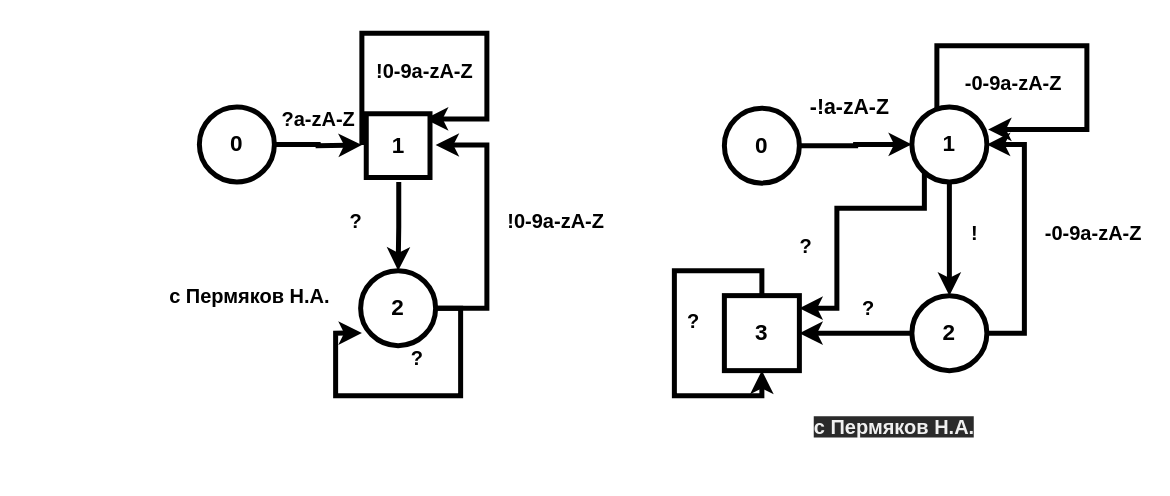
Above: Untitled Diagram.drawio in nikit34/lab_sp5 (draw.io), before the change. Source tidied: cells renumbered, new cells numbered last; positions are measured from the earlier drawing's top-left corner, leaving out a move shared by most shapes. Both pictures are drawn from the tidied source at 125%, with x=0, y=0 at pixel (161, 32).
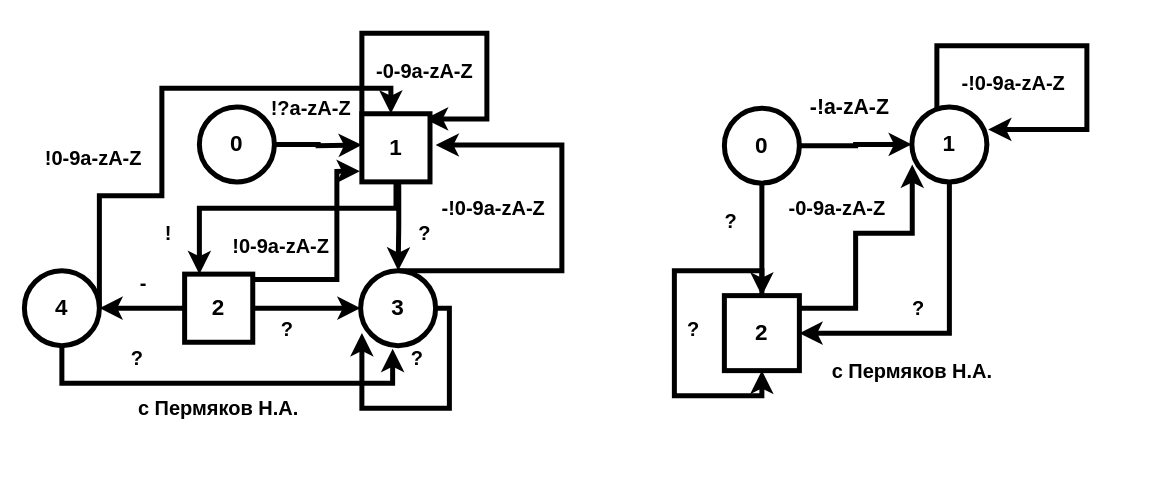
The same page after the edit.

Unchanged cells that the change refers to:
```xml
<mxCell id="7" value="&lt;font style=&quot;font-size: 18px&quot;&gt;&lt;b&gt;1&lt;/b&gt;&lt;/font&gt;" style="ellipse;whiteSpace=wrap;html=1;strokeWidth=4;" parent="1" vertex="1">
  <mxGeometry x="600" y="59" width="60" height="60" as="geometry" />
</mxCell>
<mxCell id="9" value="&lt;font style=&quot;font-size: 18px&quot;&gt;&lt;b&gt;0&lt;/b&gt;&lt;/font&gt;" style="ellipse;whiteSpace=wrap;html=1;strokeWidth=4;" parent="1" vertex="1">
  <mxGeometry x="450" y="60" width="60" height="60" as="geometry" />
</mxCell>
```

What changed in the source:
```diff
@@
     <mxCell id="2" style="edgeStyle=orthogonalEdgeStyle;rounded=0;jettySize=auto;html=1;entryX=1;entryY=0.5;entryDx=0;entryDy=0;strokeWidth=4;" parent="1" edge="1" source="3">
       <mxGeometry relative="1" as="geometry">
         <mxPoint x="219" y="89.5" as="targetPoint" />
         <Array as="points">
-          <mxPoint x="260" y="220" />
-          <mxPoint x="260" y="90" />
+          <mxPoint x="320" y="190" />
+          <mxPoint x="320" y="90" />
         </Array>
       </mxGeometry>
     </mxCell>
-    <mxCell id="3" value="&lt;span style=&quot;font-size: 18px&quot;&gt;&lt;b&gt;2&lt;/b&gt;&lt;/span&gt;" style="ellipse;whiteSpace=wrap;html=1;strokeWidth=4;" parent="1" vertex="1">
+    <mxCell id="3" value="&lt;span style=&quot;font-size: 18px&quot;&gt;&lt;b&gt;3&lt;/b&gt;&lt;/span&gt;" style="ellipse;whiteSpace=wrap;html=1;strokeWidth=4;" parent="1" vertex="1">
       <mxGeometry x="159" y="190" width="60" height="60" as="geometry" />
     </mxCell>
@@
-    <mxCell id="5" style="edgeStyle=orthogonalEdgeStyle;rounded=0;jettySize=auto;html=1;entryX=0.5;entryY=0;entryDx=0;entryDy=0;strokeWidth=4;" parent="1" edge="1" source="7" target="14">
-      <mxGeometry relative="1" as="geometry" />
-    </mxCell>
-    <mxCell id="6" style="edgeStyle=orthogonalEdgeStyle;rounded=0;jettySize=auto;html=1;strokeWidth=4;" parent="1" edge="1" source="7">
-      <mxGeometry relative="1" as="geometry">
-        <mxPoint x="510" y="220" as="targetPoint" />
-        <Array as="points">
-          <mxPoint x="610" y="140" />
-          <mxPoint x="540" y="140" />
-          <mxPoint x="540" y="220" />
-        </Array>
-      </mxGeometry>
-    </mxCell>
+    <mxCell id="35" style="edgeStyle=orthogonalEdgeStyle;rounded=0;jettySize=auto;html=1;entryX=1;entryY=0.5;entryDx=0;entryDy=0;strokeWidth=4;" parent="1" edge="1" source="7" target="34">
+      <mxGeometry relative="1" as="geometry">
+        <Array as="points">
+          <mxPoint x="630" y="240" />
+        </Array>
+      </mxGeometry>
+    </mxCell>
@@
+    <mxCell id="36" style="edgeStyle=orthogonalEdgeStyle;rounded=0;jettySize=auto;html=1;entryX=0.5;entryY=0;entryDx=0;entryDy=0;strokeWidth=4;" parent="1" edge="1" source="9" target="34">
+      <mxGeometry relative="1" as="geometry" />
+    </mxCell>
@@
-    <mxCell id="12" style="edgeStyle=orthogonalEdgeStyle;rounded=0;jettySize=auto;html=1;exitX=0;exitY=0.5;exitDx=0;exitDy=0;entryX=1;entryY=0.5;entryDx=0;entryDy=0;strokeWidth=4;" parent="1" edge="1" source="14">
-      <mxGeometry relative="1" as="geometry">
-        <mxPoint x="510" y="240" as="targetPoint" />
-      </mxGeometry>
-    </mxCell>
-    <mxCell id="13" style="edgeStyle=orthogonalEdgeStyle;rounded=0;jettySize=auto;html=1;entryX=1;entryY=0.5;entryDx=0;entryDy=0;strokeWidth=4;" parent="1" edge="1" source="14" target="7">
-      <mxGeometry relative="1" as="geometry">
-        <Array as="points">
-          <mxPoint x="690" y="240" />
-          <mxPoint x="690" y="89" />
-        </Array>
-      </mxGeometry>
-    </mxCell>
-    <mxCell id="14" value="&lt;font style=&quot;font-size: 18px&quot;&gt;&lt;b&gt;2&lt;/b&gt;&lt;/font&gt;" style="ellipse;whiteSpace=wrap;html=1;strokeWidth=4;" parent="1" vertex="1">
-      <mxGeometry x="600" y="210" width="60" height="60" as="geometry" />
-    </mxCell>
-    <mxCell id="15" value="&lt;b&gt;&lt;font style=&quot;font-size: 16px&quot;&gt;?a-zA-Z&lt;/font&gt;&lt;/b&gt;" style="text;html=1;align=center;verticalAlign=middle;" parent="1" vertex="1">
-      <mxGeometry x="90" y="59" width="70" height="20" as="geometry" />
+    <mxCell id="15" value="&lt;b&gt;&lt;font style=&quot;font-size: 16px&quot;&gt;!?a-zA-Z&lt;/font&gt;&lt;/b&gt;" style="text;html=1;align=center;verticalAlign=middle;" parent="1" vertex="1">
+      <mxGeometry x="79" y="50" width="80" height="20" as="geometry" />
     </mxCell>
@@
-    <mxCell id="17" value="&lt;b&gt;&lt;font style=&quot;font-size: 16px&quot;&gt;!0-9a-zA-Z&lt;/font&gt;&lt;/b&gt;" style="text;html=1;align=center;verticalAlign=middle;" parent="1" vertex="1">
+    <mxCell id="17" value="&lt;b&gt;&lt;font style=&quot;font-size: 16px&quot;&gt;-0-9a-zA-Z&lt;/font&gt;&lt;/b&gt;" style="text;html=1;align=center;verticalAlign=middle;" parent="1" vertex="1">
       <mxGeometry x="165" y="20" width="90" height="20" as="geometry" />
     </mxCell>
@@
-    <mxCell id="20" value="&lt;b&gt;&lt;font style=&quot;font-size: 16px&quot;&gt;-0-9a-zA-Z&lt;/font&gt;&lt;/b&gt;" style="text;html=1;align=center;verticalAlign=middle;" parent="1" vertex="1">
-      <mxGeometry x="636" y="30" width="90" height="20" as="geometry" />
+    <mxCell id="20" value="&lt;b&gt;&lt;font style=&quot;font-size: 16px&quot;&gt;-!0-9a-zA-Z&lt;/font&gt;&lt;/b&gt;" style="text;html=1;align=center;verticalAlign=middle;" parent="1" vertex="1">
+      <mxGeometry x="631" y="30" width="100" height="20" as="geometry" />
     </mxCell>
-    <mxCell id="21" value="&lt;b&gt;&lt;font style=&quot;font-size: 16px&quot;&gt;!&lt;br&gt;&lt;/font&gt;&lt;/b&gt;" style="text;html=1;align=center;verticalAlign=middle;" parent="1" vertex="1">
-      <mxGeometry x="640" y="150" width="20" height="20" as="geometry" />
-    </mxCell>
-    <mxCell id="22" value="&lt;font style=&quot;font-size: 16px&quot;&gt;&lt;b&gt;?&lt;/b&gt;&lt;/font&gt;" style="text;html=1;align=center;verticalAlign=middle;" parent="1" vertex="1">
-      <mxGeometry x="550" y="210" width="30" height="20" as="geometry" />
-    </mxCell>
-    <mxCell id="23" value="&lt;b&gt;&lt;font style=&quot;font-size: 16px&quot;&gt;-0-9a-zA-Z&lt;/font&gt;&lt;/b&gt;" style="text;html=1;align=center;verticalAlign=middle;" parent="1" vertex="1">
+    <mxCell id="23" style="text;html=1;align=center;verticalAlign=middle;" parent="1" vertex="1">
       <mxGeometry x="700" y="150" width="90" height="20" as="geometry" />
     </mxCell>
     <mxCell id="24" value="&lt;font style=&quot;font-size: 16px&quot;&gt;&lt;b&gt;с Пермяков Н.А.&lt;/b&gt;&lt;/font&gt;" style="text;html=1;align=center;verticalAlign=middle;" parent="1" vertex="1">
-      <mxGeometry y="200" width="140" height="20" as="geometry" />
+      <mxGeometry x="-25" y="290" width="140" height="20" as="geometry" />
     </mxCell>
-    <mxCell id="25" value="&#10;&#10;&lt;b style=&quot;color: rgb(240, 240, 240); font-family: helvetica; font-size: 16px; font-style: normal; letter-spacing: normal; text-align: center; text-indent: 0px; text-transform: none; word-spacing: 0px; background-color: rgb(42, 42, 42);&quot;&gt;с Пермяков Н.А.&lt;/b&gt;&#10;&#10;" style="text;whiteSpace=wrap;html=1;" parent="1" vertex="1">
+    <mxCell id="25" style="text;whiteSpace=wrap;html=1;" parent="1" vertex="1">
       <mxGeometry x="520" y="270" width="150" height="30" as="geometry" />
     </mxCell>
     <mxCell id="26" value="&lt;font style=&quot;font-size: 16px&quot;&gt;&lt;b&gt;?&lt;/b&gt;&lt;/font&gt;" style="text;html=1;align=center;verticalAlign=middle;" parent="1" vertex="1">
-      <mxGeometry x="140" y="140" width="30" height="20" as="geometry" />
+      <mxGeometry x="195" y="150" width="30" height="20" as="geometry" />
     </mxCell>
+    <mxCell id="37" style="edgeStyle=orthogonalEdgeStyle;rounded=0;jettySize=auto;html=1;strokeWidth=4;" parent="1" edge="1" source="27" target="14">
+      <mxGeometry relative="1" as="geometry">
+        <Array as="points">
+          <mxPoint x="187" y="140" />
+          <mxPoint x="30" y="140" />
+        </Array>
+      </mxGeometry>
+    </mxCell>
     <mxCell id="27" value="&lt;font style=&quot;font-size: 18px&quot;&gt;&lt;b&gt;1&lt;/b&gt;&lt;/font&gt;" style="whiteSpace=wrap;html=1;strokeWidth=4;" parent="1" vertex="1">
-      <mxGeometry x="163.5" y="64.5" width="51" height="51" as="geometry" />
+      <mxGeometry x="160" y="64.5" width="54.5" height="54.5" as="geometry" />
     </mxCell>
-    <mxCell id="28" value="&lt;b&gt;&lt;font style=&quot;font-size: 16px&quot;&gt;!0-9a-zA-Z&lt;/font&gt;&lt;/b&gt;" style="text;html=1;align=center;verticalAlign=middle;" parent="1" vertex="1">
-      <mxGeometry x="270" y="140" width="90" height="20" as="geometry" />
+    <mxCell id="28" value="&lt;b&gt;&lt;font style=&quot;font-size: 16px&quot;&gt;-!0-9a-zA-Z&lt;/font&gt;&lt;/b&gt;" style="text;html=1;align=center;verticalAlign=middle;" parent="1" vertex="1">
+      <mxGeometry x="214.5" y="130" width="100" height="20" as="geometry" />
     </mxCell>
@@
     <mxCell id="30" style="edgeStyle=orthogonalEdgeStyle;rounded=0;orthogonalLoop=1;jettySize=auto;html=1;entryX=0.017;entryY=0.833;entryDx=0;entryDy=0;entryPerimeter=0;strokeWidth=4;" parent="1" edge="1" source="3" target="3">
       <mxGeometry relative="1" as="geometry">
         <Array as="points">
-          <mxPoint x="239" y="220" />
-          <mxPoint x="239" y="290" />
-          <mxPoint x="139" y="290" />
-          <mxPoint x="139" y="240" />
+          <mxPoint x="230" y="220" />
+          <mxPoint x="230" y="300" />
+          <mxPoint x="160" y="300" />
         </Array>
       </mxGeometry>
     </mxCell>
@@
-    <mxCell id="32" value="&lt;font style=&quot;font-size: 16px&quot;&gt;&lt;b&gt;?&lt;/b&gt;&lt;/font&gt;" style="text;html=1;align=center;verticalAlign=middle;" parent="1" vertex="1">
-      <mxGeometry x="500" y="160" width="30" height="20" as="geometry" />
-    </mxCell>
-    <mxCell id="33" value="&lt;font style=&quot;font-size: 16px&quot;&gt;&lt;b&gt;?&lt;/b&gt;&lt;/font&gt;" style="text;html=1;align=center;verticalAlign=middle;" parent="1" vertex="1">
-      <mxGeometry x="410" y="220" width="30" height="20" as="geometry" />
-    </mxCell>
+    <mxCell id="38" style="edgeStyle=orthogonalEdgeStyle;rounded=0;jettySize=auto;html=1;entryX=0.005;entryY=0.768;entryDx=0;entryDy=0;entryPerimeter=0;strokeWidth=4;" parent="1" edge="1" source="34" target="7">
+      <mxGeometry relative="1" as="geometry">
+        <Array as="points">
+          <mxPoint x="555" y="220" />
+          <mxPoint x="555" y="160" />
+          <mxPoint x="600" y="160" />
+        </Array>
+      </mxGeometry>
+    </mxCell>
-    <mxCell id="34" value="&lt;font style=&quot;font-size: 18px&quot;&gt;&lt;b&gt;3&lt;/b&gt;&lt;/font&gt;" style="whiteSpace=wrap;html=1;strokeWidth=4;" parent="1" vertex="1">
+    <mxCell id="34" value="&lt;font style=&quot;font-size: 18px&quot;&gt;&lt;b&gt;2&lt;br&gt;&lt;/b&gt;&lt;/font&gt;" style="whiteSpace=wrap;html=1;strokeWidth=4;" parent="1" vertex="1">
       <mxGeometry x="450" y="210" width="60" height="60" as="geometry" />
     </mxCell>
+    <mxCell id="21" value="&lt;font style=&quot;font-size: 16px&quot;&gt;&lt;b&gt;!&lt;/b&gt;&lt;/font&gt;" style="text;html=1;align=center;verticalAlign=middle;" parent="1" vertex="1">
+      <mxGeometry x="-5" y="150" width="20" height="20" as="geometry" />
+    </mxCell>
+    <mxCell id="39" style="edgeStyle=orthogonalEdgeStyle;rounded=0;jettySize=auto;html=1;strokeWidth=4;entryX=-0.029;entryY=0.845;entryDx=0;entryDy=0;entryPerimeter=0;" parent="1" edge="1" source="14" target="27">
+      <mxGeometry relative="1" as="geometry">
+        <Array as="points">
+          <mxPoint x="140" y="197" />
+          <mxPoint x="140" y="111" />
+        </Array>
+      </mxGeometry>
+    </mxCell>
+    <mxCell id="40" style="edgeStyle=orthogonalEdgeStyle;rounded=0;jettySize=auto;html=1;entryX=0;entryY=0.5;entryDx=0;entryDy=0;strokeWidth=4;" parent="1" edge="1" source="14" target="3">
+      <mxGeometry relative="1" as="geometry" />
+    </mxCell>
+    <mxCell id="41" style="edgeStyle=orthogonalEdgeStyle;rounded=0;jettySize=auto;html=1;strokeWidth=4;" parent="1" edge="1" source="14">
+      <mxGeometry relative="1" as="geometry">
+        <mxPoint x="-50" y="220" as="targetPoint" />
+      </mxGeometry>
+    </mxCell>
+    <mxCell id="14" value="&lt;font style=&quot;font-size: 18px&quot;&gt;&lt;b&gt;2&lt;/b&gt;&lt;/font&gt;" style="whiteSpace=wrap;html=1;strokeWidth=4;" parent="1" vertex="1">
+      <mxGeometry x="18.2" y="192.8" width="54.5" height="54.5" as="geometry" />
+    </mxCell>
+    <mxCell id="42" value="&lt;b&gt;&lt;font style=&quot;font-size: 16px&quot;&gt;!0-9a-zA-Z&lt;/font&gt;&lt;/b&gt;" style="text;html=1;align=center;verticalAlign=middle;" parent="1" vertex="1">
+      <mxGeometry x="50" y="160" width="90" height="20" as="geometry" />
+    </mxCell>
+    <mxCell id="43" value="&lt;span style=&quot;font-size: 16px&quot;&gt;&lt;b&gt;?&lt;/b&gt;&lt;/span&gt;" style="text;html=1;align=center;verticalAlign=middle;" parent="1" vertex="1">
+      <mxGeometry x="85" y="227.2" width="30" height="20" as="geometry" />
+    </mxCell>
+    <mxCell id="44" style="edgeStyle=orthogonalEdgeStyle;rounded=0;jettySize=auto;html=1;entryX=0.427;entryY=1.043;entryDx=0;entryDy=0;entryPerimeter=0;strokeWidth=4;" parent="1" edge="1" source="46" target="3">
+      <mxGeometry relative="1" as="geometry">
+        <Array as="points">
+          <mxPoint x="-80" y="280" />
+          <mxPoint x="185" y="280" />
+        </Array>
+      </mxGeometry>
+    </mxCell>
+    <mxCell id="45" style="edgeStyle=orthogonalEdgeStyle;rounded=0;jettySize=auto;html=1;entryX=0.426;entryY=-0.002;entryDx=0;entryDy=0;entryPerimeter=0;strokeWidth=4;" parent="1" edge="1" source="46" target="27">
+      <mxGeometry relative="1" as="geometry">
+        <Array as="points">
+          <mxPoint x="-50" y="130" />
+          <mxPoint y="130" />
+          <mxPoint y="44" />
+          <mxPoint x="183" y="44" />
+        </Array>
+      </mxGeometry>
+    </mxCell>
+    <mxCell id="46" value="&lt;font style=&quot;font-size: 18px&quot;&gt;&lt;b&gt;4&lt;/b&gt;&lt;/font&gt;" style="ellipse;whiteSpace=wrap;html=1;strokeWidth=4;" parent="1" vertex="1">
+      <mxGeometry x="-110" y="190" width="60" height="60" as="geometry" />
+    </mxCell>
+    <mxCell id="47" value="&lt;b&gt;&lt;font style=&quot;font-size: 16px&quot;&gt;?&lt;/font&gt;&lt;/b&gt;" style="text;html=1;align=center;verticalAlign=middle;" parent="1" vertex="1">
+      <mxGeometry x="-35" y="250" width="30" height="20" as="geometry" />
+    </mxCell>
+    <mxCell id="48" value="&lt;font style=&quot;font-size: 16px&quot;&gt;&lt;b&gt;-&lt;br&gt;&lt;/b&gt;&lt;/font&gt;" style="text;html=1;align=center;verticalAlign=middle;" parent="1" vertex="1">
+      <mxGeometry x="-25" y="190" width="20" height="20" as="geometry" />
+    </mxCell>
+    <mxCell id="49" value="&lt;b&gt;&lt;font style=&quot;font-size: 16px&quot;&gt;!0-9a-zA-Z&lt;/font&gt;&lt;/b&gt;" style="text;html=1;align=center;verticalAlign=middle;" parent="1" vertex="1">
+      <mxGeometry x="-100" y="90" width="90" height="20" as="geometry" />
+    </mxCell>
+    <mxCell id="50" value="&lt;font style=&quot;font-size: 16px&quot;&gt;&lt;b&gt;с Пермяков Н.А.&lt;/b&gt;&lt;/font&gt;" style="text;html=1;align=center;verticalAlign=middle;" parent="1" vertex="1">
+      <mxGeometry x="530" y="260" width="140" height="20" as="geometry" />
+    </mxCell>
+    <mxCell id="51" value="&lt;font style=&quot;font-size: 16px&quot;&gt;&lt;b&gt;?&lt;/b&gt;&lt;/font&gt;" style="text;html=1;align=center;verticalAlign=middle;" parent="1" vertex="1">
+      <mxGeometry x="440" y="140" width="30" height="20" as="geometry" />
+    </mxCell>
+    <mxCell id="52" value="&lt;font style=&quot;font-size: 16px&quot;&gt;&lt;b&gt;?&lt;/b&gt;&lt;/font&gt;" style="text;html=1;align=center;verticalAlign=middle;" parent="1" vertex="1">
+      <mxGeometry x="410" y="227.2" width="30" height="20" as="geometry" />
+    </mxCell>
+    <mxCell id="53" value="&lt;font style=&quot;font-size: 16px&quot;&gt;&lt;b&gt;?&lt;/b&gt;&lt;/font&gt;" style="text;html=1;align=center;verticalAlign=middle;" parent="1" vertex="1">
+      <mxGeometry x="590" y="210" width="30" height="20" as="geometry" />
+    </mxCell>
+    <mxCell id="54" value="&lt;b&gt;&lt;font style=&quot;font-size: 16px&quot;&gt;-0-9a-zA-Z&lt;/font&gt;&lt;/b&gt;" style="text;html=1;align=center;verticalAlign=middle;" parent="1" vertex="1">
+      <mxGeometry x="495" y="130" width="90" height="20" as="geometry" />
+    </mxCell>
```
